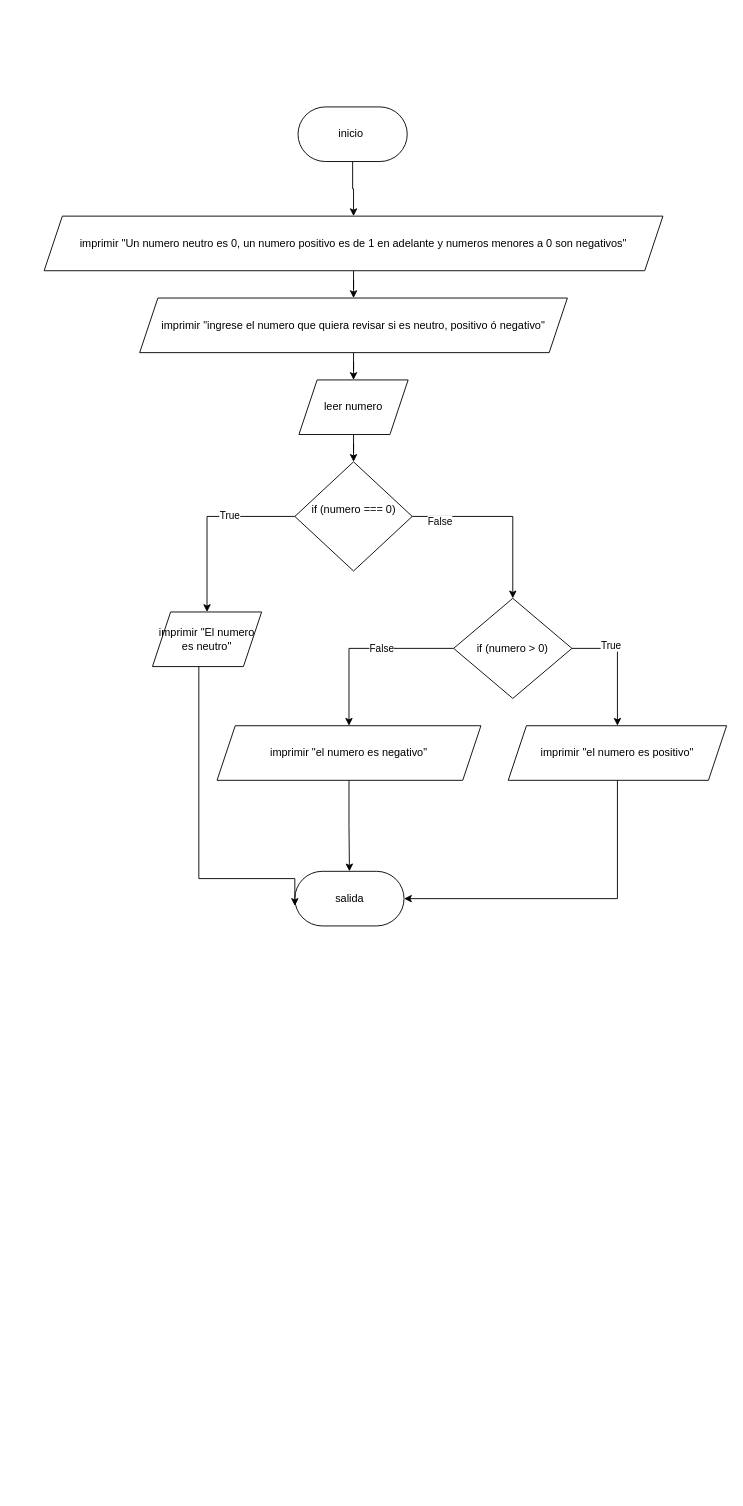
Before: Diagrama sin título.drawio in aGabrr05y/Prueba2D, a draw.io diagram. Source tidied: cells renumbered, new cells numbered last; positions are measured from the earlier drawing's top-left corner, leaving out a move shared by most shapes. Both pictures are drawn from the tidied source at 91%, with x=0, y=0 at pixel (44, 106).
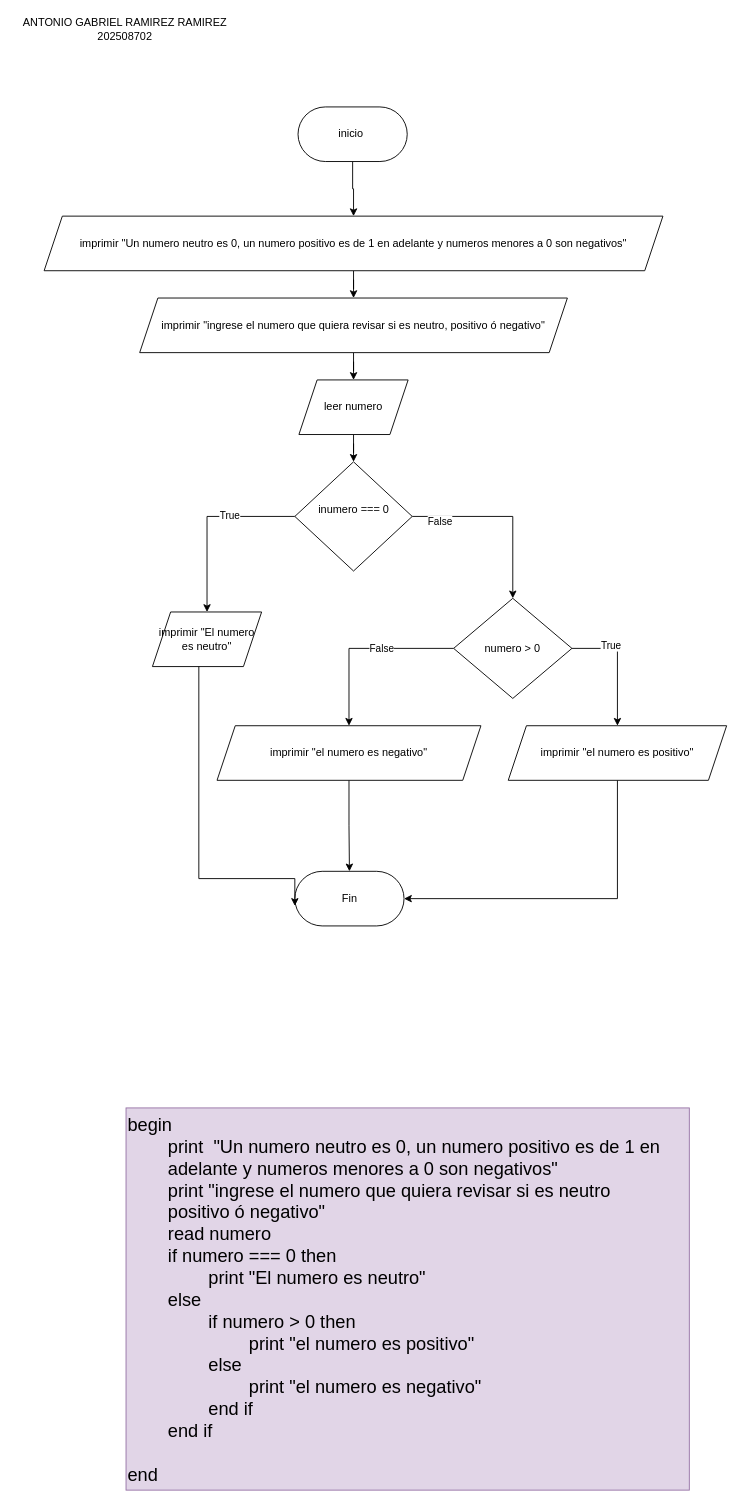
The same page after the edit.

What changed in the source:
```diff
@@
-    <mxCell id="12" value="if (numero === 0)&lt;div&gt;&lt;br&gt;&lt;/div&gt;" style="rhombus;whiteSpace=wrap;html=1;" parent="1" vertex="1">
+    <mxCell id="12" value="inumero === 0&lt;div&gt;&lt;br&gt;&lt;/div&gt;" style="rhombus;whiteSpace=wrap;html=1;" parent="1" vertex="1">
       <mxGeometry x="275.5" y="390" width="129" height="120" as="geometry" />
     </mxCell>
@@
-    <mxCell id="17" value="if (numero &amp;gt; 0)" style="rhombus;whiteSpace=wrap;html=1;" parent="1" vertex="1">
+    <mxCell id="17" value="numero &amp;gt; 0" style="rhombus;whiteSpace=wrap;html=1;" parent="1" vertex="1">
       <mxGeometry x="450" y="540" width="130" height="110" as="geometry" />
     </mxCell>
@@
-    <mxCell id="23" value="salida" style="rounded=1;whiteSpace=wrap;html=1;arcSize=50;" parent="1" vertex="1">
+    <mxCell id="23" value="Fin" style="rounded=1;whiteSpace=wrap;html=1;arcSize=50;" parent="1" vertex="1">
       <mxGeometry x="275.5" y="840" width="120" height="60" as="geometry" />
     </mxCell>
@@
+    <mxCell id="27" value="&lt;font style=&quot;font-size: 20px;&quot;&gt;begin&amp;nbsp;&lt;/font&gt;&lt;div&gt;&lt;font style=&quot;font-size: 20px;&quot;&gt;&lt;span style=&quot;white-space: pre;&quot;&gt;&#9;&lt;/span&gt;print&amp;nbsp;&amp;nbsp;&lt;span style=&quot;text-align: center; background-color: transparent; color: light-dark(rgb(0, 0, 0), rgb(255, 255, 255));&quot;&gt;&quot;Un numero neutro es 0, un numero positivo es de 1 en &lt;span style=&quot;white-space: pre;&quot;&gt;&#9;&lt;/span&gt;adelante y numeros menores a 0 son negativos&quot;&lt;/span&gt;&lt;/font&gt;&lt;/div&gt;&lt;div&gt;&lt;span style=&quot;background-color: transparent; color: light-dark(rgb(0, 0, 0), rgb(255, 255, 255));&quot;&gt;&lt;font style=&quot;font-size: 20px;&quot;&gt;&lt;span style=&quot;white-space: pre;&quot;&gt;&#9;&lt;/span&gt;print &quot;ingrese el numero que quiera revisar si es neutro &lt;span style=&quot;white-space: pre;&quot;&gt;&#9;&lt;/span&gt;positivo ó negativo&quot;&lt;br&gt;&lt;/font&gt;&lt;/span&gt;&lt;/div&gt;&lt;div&gt;&lt;span style=&quot;background-color: transparent; color: light-dark(rgb(0, 0, 0), rgb(255, 255, 255));&quot;&gt;&lt;font style=&quot;font-size: 20px;&quot;&gt;&lt;span style=&quot;white-space: pre;&quot;&gt;&#9;&lt;/span&gt;read numero&lt;br&gt;&lt;/font&gt;&lt;/span&gt;&lt;/div&gt;&lt;div&gt;&lt;span style=&quot;background-color: transparent; color: light-dark(rgb(0, 0, 0), rgb(255, 255, 255));&quot;&gt;&lt;font style=&quot;font-size: 20px;&quot;&gt;&lt;span style=&quot;white-space: pre;&quot;&gt;&#9;&lt;/span&gt;if numero === 0 then&lt;br&gt;&lt;/font&gt;&lt;/span&gt;&lt;/div&gt;&lt;div&gt;&lt;span style=&quot;background-color: transparent; color: light-dark(rgb(0, 0, 0), rgb(255, 255, 255));&quot;&gt;&lt;font style=&quot;font-size: 20px;&quot;&gt;&lt;span style=&quot;white-space: pre;&quot;&gt;&#9;&lt;/span&gt;&lt;span style=&quot;white-space: pre;&quot;&gt;&#9;&lt;/span&gt;print &quot;El numero es neutro&quot;&lt;/font&gt;&lt;/span&gt;&lt;/div&gt;&lt;div&gt;&lt;span style=&quot;background-color: transparent; color: light-dark(rgb(0, 0, 0), rgb(255, 255, 255));&quot;&gt;&lt;font style=&quot;font-size: 20px;&quot;&gt;&lt;span style=&quot;white-space: pre;&quot;&gt;&#9;&lt;/span&gt;else&amp;nbsp;&lt;br&gt;&lt;/font&gt;&lt;/span&gt;&lt;/div&gt;&lt;div&gt;&lt;span style=&quot;background-color: transparent; color: light-dark(rgb(0, 0, 0), rgb(255, 255, 255));&quot;&gt;&lt;font style=&quot;font-size: 20px;&quot;&gt;&lt;span style=&quot;white-space: pre;&quot;&gt;&#9;&lt;/span&gt;&lt;span style=&quot;white-space: pre;&quot;&gt;&#9;&lt;/span&gt;if numero &amp;gt; 0 then&lt;br&gt;&lt;/font&gt;&lt;/span&gt;&lt;/div&gt;&lt;div&gt;&lt;span style=&quot;background-color: transparent; color: light-dark(rgb(0, 0, 0), rgb(255, 255, 255));&quot;&gt;&lt;font style=&quot;font-size: 20px;&quot;&gt;&lt;span style=&quot;white-space: pre;&quot;&gt;&#9;&lt;/span&gt;&lt;span style=&quot;white-space: pre;&quot;&gt;&#9;&lt;/span&gt;&lt;span style=&quot;white-space: pre;&quot;&gt;&#9;&lt;/span&gt;print &quot;el numero es positivo&quot;&lt;br&gt;&lt;/font&gt;&lt;/span&gt;&lt;/div&gt;&lt;div&gt;&lt;span style=&quot;background-color: transparent; color: light-dark(rgb(0, 0, 0), rgb(255, 255, 255));&quot;&gt;&lt;font style=&quot;font-size: 20px;&quot;&gt;&lt;span style=&quot;white-space: pre;&quot;&gt;&#9;&lt;/span&gt;&lt;span style=&quot;white-space: pre;&quot;&gt;&#9;&lt;/span&gt;else&amp;nbsp;&lt;br&gt;&lt;/font&gt;&lt;/span&gt;&lt;/div&gt;&lt;div&gt;&lt;span style=&quot;background-color: transparent; color: light-dark(rgb(0, 0, 0), rgb(255, 255, 255));&quot;&gt;&lt;font style=&quot;font-size: 20px;&quot;&gt;&lt;span style=&quot;white-space: pre;&quot;&gt;&#9;&lt;/span&gt;&lt;span style=&quot;white-space: pre;&quot;&gt;&#9;&lt;span style=&quot;white-space: pre;&quot;&gt;&#9;&lt;/span&gt;print &quot;el numero es negativo&quot;&lt;/span&gt;&lt;/font&gt;&lt;/span&gt;&lt;/div&gt;&lt;div&gt;&lt;font style=&quot;font-size: 20px;&quot;&gt;&lt;span style=&quot;white-space: pre;&quot;&gt;&#9;&lt;/span&gt;&lt;span style=&quot;white-space: pre;&quot;&gt;&#9;&lt;/span&gt;end if&amp;nbsp;&lt;br&gt;&lt;/font&gt;&lt;/div&gt;&lt;div&gt;&lt;font style=&quot;font-size: 20px;&quot;&gt;&lt;span style=&quot;white-space: pre;&quot;&gt;&#9;&lt;/span&gt;end if&lt;br&gt;&lt;/font&gt;&lt;/div&gt;&lt;div&gt;&lt;font style=&quot;font-size: 20px;&quot;&gt;&lt;br&gt;&lt;/font&gt;&lt;/div&gt;&lt;div&gt;&lt;font style=&quot;font-size: 20px;&quot;&gt;end&amp;nbsp;&lt;/font&gt;&lt;/div&gt;" style="text;html=1;align=left;verticalAlign=middle;whiteSpace=wrap;rounded=0;fillColor=#e1d5e7;strokeColor=#9673a6;" parent="1" vertex="1">
+      <mxGeometry x="90" y="1100" width="619" height="420" as="geometry" />
+    </mxCell>
+    <mxCell id="28" value="ANTONIO GABRIEL RAMIREZ RAMIREZ&lt;div&gt;202508702&lt;/div&gt;" style="text;html=1;align=center;verticalAlign=middle;whiteSpace=wrap;rounded=0;" parent="1" vertex="1">
+      <mxGeometry x="-31" y="-100" width="240" height="30" as="geometry" />
+    </mxCell>
```
